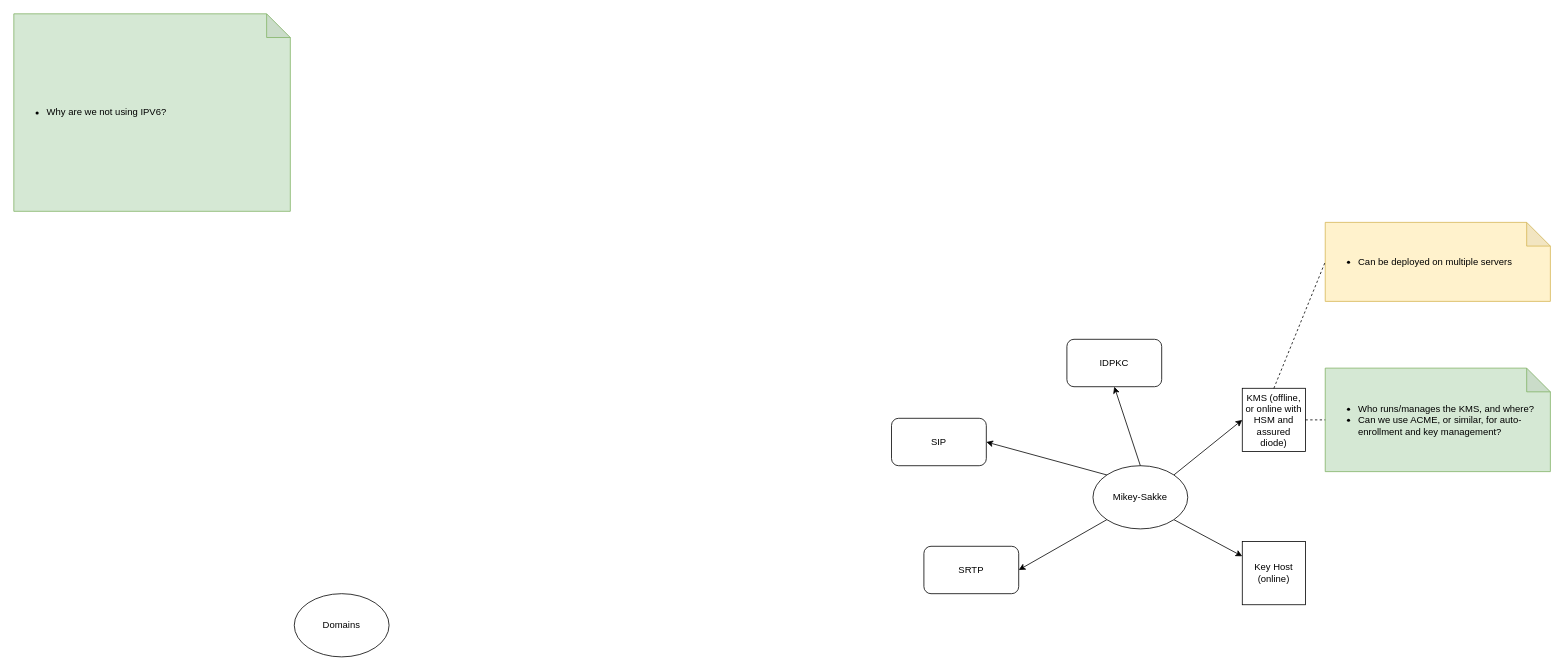
Before: Mikey-Sakke.drawio in JimSweeting/Draw.io, a draw.io diagram. Source tidied: cells renumbered, new cells numbered last; positions are measured from the earlier drawing's top-left corner, leaving out a move shared by most shapes. Both pictures are drawn from the tidied source at 79%, with x=0, y=0 at pixel (13, 13).
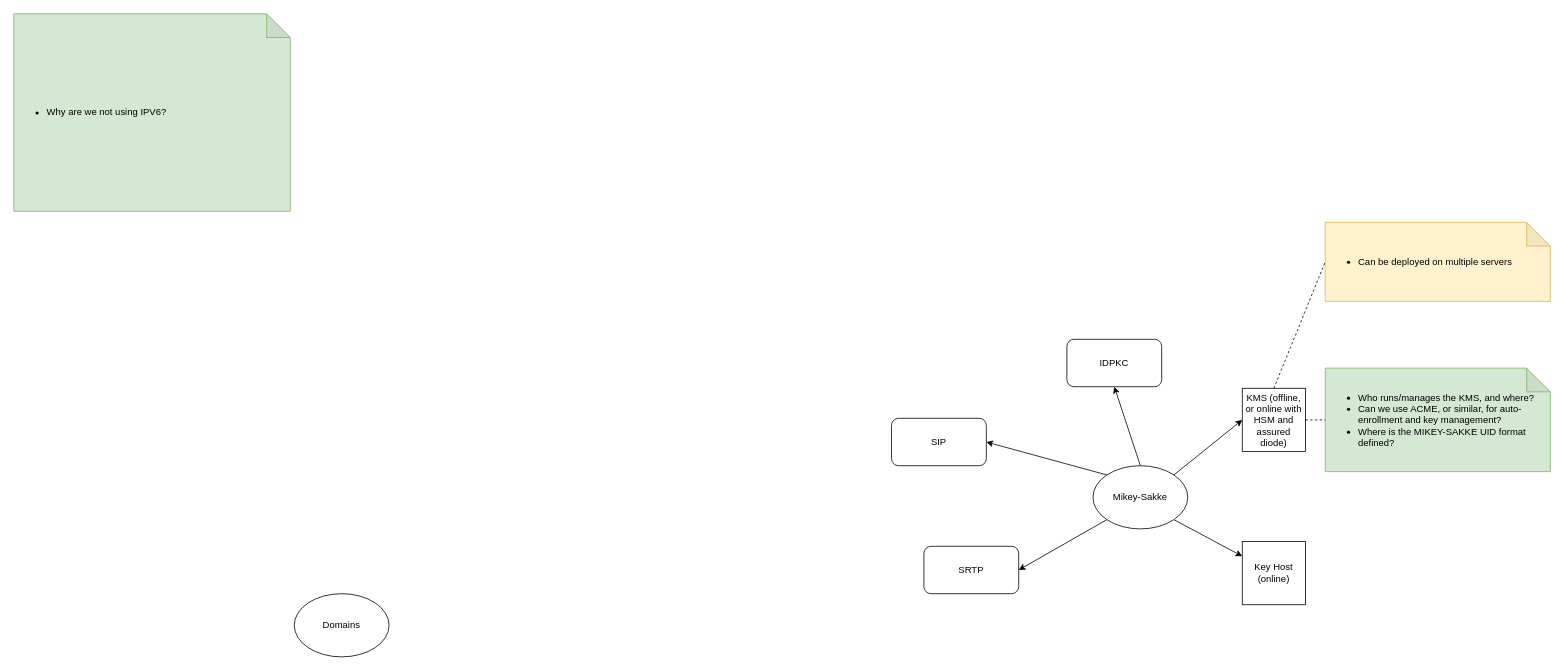
The same page after the edit.

Change to the diagram source:
```diff
@@
 <mxGraphModel>
   <root>
     <mxCell id="0" />
     <mxCell id="1" parent="0" />
     <mxCell id="2" style="rounded=0;jettySize=auto;html=1;exitX=1;exitY=0;exitDx=0;exitDy=0;entryX=0;entryY=0.5;entryDx=0;entryDy=0;" parent="1" edge="1" source="4" target="8">
       <mxGeometry relative="1" as="geometry" />
     </mxCell>
     <mxCell id="3" style="edgeStyle=none;rounded=0;jettySize=auto;html=1;exitX=1;exitY=1;exitDx=0;exitDy=0;" parent="1" edge="1" source="4" target="9">
       <mxGeometry relative="1" as="geometry" />
     </mxCell>
     <mxCell id="4" value="Mikey-Sakke" style="ellipse;whiteSpace=wrap;html=1;" parent="1" vertex="1">
       <mxGeometry x="1366" y="572" width="120" height="80" as="geometry" />
     </mxCell>
     <mxCell id="5" value="SIP" style="rounded=1;whiteSpace=wrap;html=1;" parent="1" vertex="1">
       <mxGeometry x="1111" y="512" width="120" height="60" as="geometry" />
     </mxCell>
     <mxCell id="6" value="SRTP" style="rounded=1;whiteSpace=wrap;html=1;" parent="1" vertex="1">
       <mxGeometry x="1152" y="674" width="120" height="60" as="geometry" />
     </mxCell>
     <mxCell id="7" value="Domains" style="ellipse;whiteSpace=wrap;html=1;" parent="1" vertex="1">
       <mxGeometry x="355" y="734" width="120" height="80" as="geometry" />
     </mxCell>
     <mxCell id="8" value="KMS (offline, or online with HSM and assured diode)" style="whiteSpace=wrap;html=1;" parent="1" vertex="1">
       <mxGeometry x="1555" y="474" width="80" height="80" as="geometry" />
     </mxCell>
     <mxCell id="9" value="Key Host (online)" style="whiteSpace=wrap;html=1;" parent="1" vertex="1">
       <mxGeometry x="1555" y="668" width="80" height="80" as="geometry" />
     </mxCell>
     <mxCell id="10" style="endArrow=classic;html=1;rounded=0;entryX=0.5;entryY=1;entryDx=0;entryDy=0;exitX=0.5;exitY=0;exitDx=0;exitDy=0;" parent="1" edge="1" source="4" target="12">
       <mxGeometry relative="1" as="geometry" />
     </mxCell>
-    <mxCell id="11" value="&lt;ul&gt;&lt;li&gt;Who runs/manages the KMS, and where?&lt;/li&gt;&lt;li&gt;Can we use ACME, or similar, for auto-enrollment and key management?&lt;/li&gt;&lt;/ul&gt;" style="shape=note;whiteSpace=wrap;html=1;backgroundOutline=1;darkOpacity=0.05;align=left;fillColor=#d5e8d4;strokeColor=#82b366;" parent="1" vertex="1">
+    <mxCell id="11" value="&lt;ul&gt;&lt;li&gt;Who runs/manages the KMS, and where?&lt;/li&gt;&lt;li&gt;Can we use ACME, or similar, for auto-enrollment and key management?&lt;/li&gt;&lt;li&gt;Where is the MIKEY-SAKKE UID format defined?&lt;/li&gt;&lt;/ul&gt;" style="shape=note;whiteSpace=wrap;html=1;backgroundOutline=1;darkOpacity=0.05;align=left;fillColor=#d5e8d4;strokeColor=#82b366;" parent="1" vertex="1">
       <mxGeometry x="1660" y="448.5" width="285" height="131" as="geometry" />
     </mxCell>
     <mxCell id="12" value="IDPKC" style="rounded=1;whiteSpace=wrap;html=1;" parent="1" vertex="1">
       <mxGeometry x="1333" y="412" width="120" height="60" as="geometry" />
     </mxCell>
     <mxCell id="13" style="endArrow=classic;html=1;rounded=0;exitX=0;exitY=0;exitDx=0;exitDy=0;entryX=1;entryY=0.5;entryDx=0;entryDy=0;" parent="1" edge="1" source="4" target="5">
       <mxGeometry relative="1" as="geometry" />
     </mxCell>
     <mxCell id="14" style="endArrow=classic;html=1;rounded=0;exitX=0;exitY=1;exitDx=0;exitDy=0;entryX=1;entryY=0.5;entryDx=0;entryDy=0;" parent="1" edge="1" source="4" target="6">
       <mxGeometry relative="1" as="geometry" />
     </mxCell>
     <mxCell id="15" value="&lt;ul&gt;&lt;li&gt;Can be deployed on multiple servers&lt;/li&gt;&lt;/ul&gt;" style="shape=note;whiteSpace=wrap;html=1;backgroundOutline=1;darkOpacity=0.05;fillColor=#fff2cc;strokeColor=#d6b656;align=left;" parent="1" vertex="1">
       <mxGeometry x="1660" y="264" width="285" height="100" as="geometry" />
     </mxCell>
     <mxCell id="16" style="endArrow=none;dashed=1;html=1;rounded=0;entryX=0;entryY=0.5;entryDx=0;entryDy=0;entryPerimeter=0;exitX=0.5;exitY=0;exitDx=0;exitDy=0;" parent="1" edge="1" source="8" target="15">
       <mxGeometry relative="1" as="geometry" />
     </mxCell>
     <mxCell id="17" style="endArrow=none;dashed=1;html=1;rounded=0;entryX=0;entryY=0.5;entryDx=0;entryDy=0;entryPerimeter=0;exitX=1;exitY=0.5;exitDx=0;exitDy=0;" parent="1" edge="1" source="8" target="11">
       <mxGeometry relative="1" as="geometry" />
     </mxCell>
     <mxCell id="18" value="&lt;ul&gt;&lt;li&gt;Why are we not using IPV6?&lt;/li&gt;&lt;/ul&gt;" style="shape=note;whiteSpace=wrap;html=1;backgroundOutline=1;darkOpacity=0.05;align=left;fillColor=#d5e8d4;strokeColor=#82b366;" parent="1" vertex="1">
       <mxGeometry width="350" height="250" as="geometry" />
     </mxCell>
   </root>
 </mxGraphModel>
```
